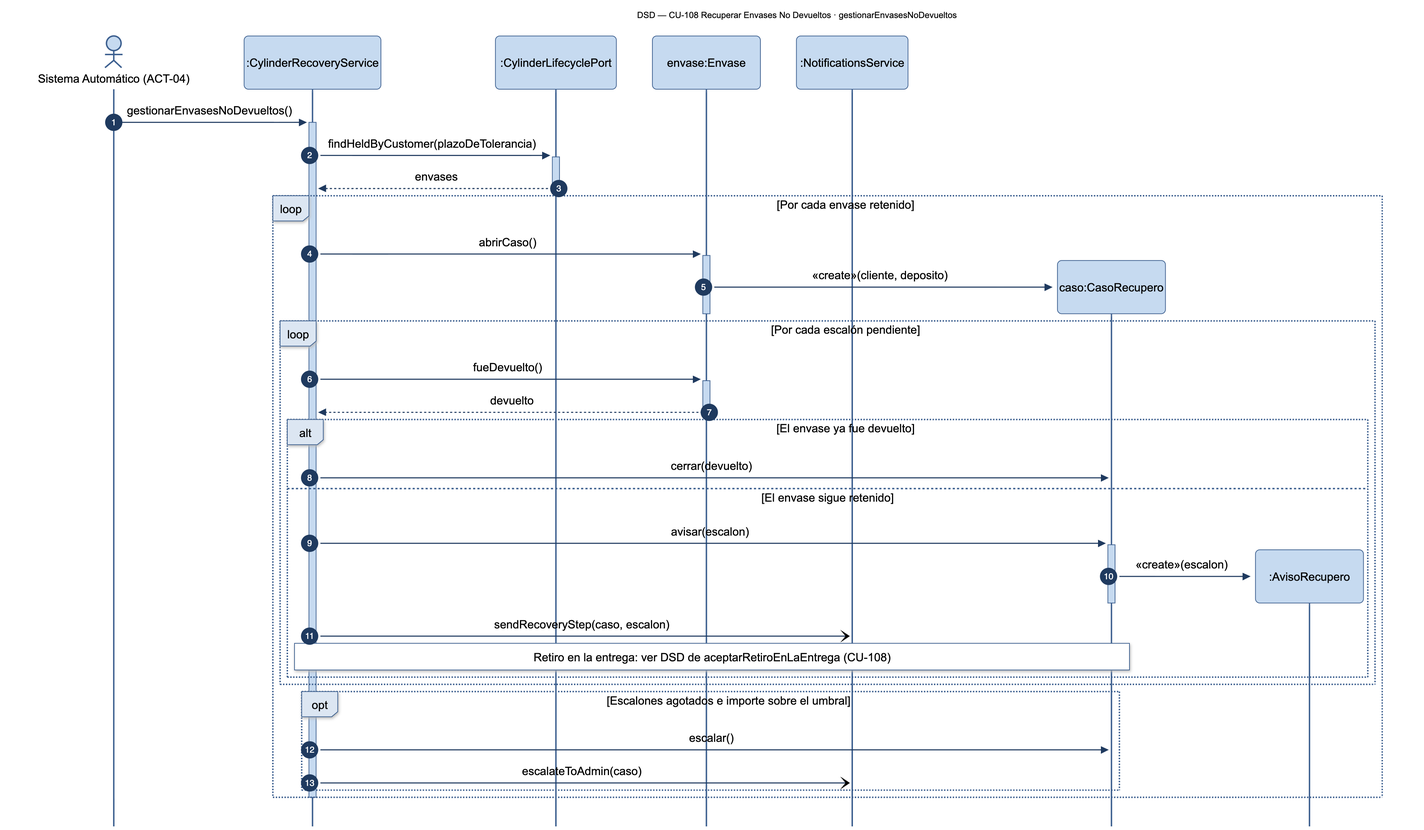
Earlier version of the Mermaid export diagramas/png/DSD_CU-108_gestionarEnvasesNoDevueltos.png (Nahuelito-Dev/splg-docs). Its source is kept beside it as diagramas/DSD_CU-108_gestionarEnvasesNoDevueltos.mmd.
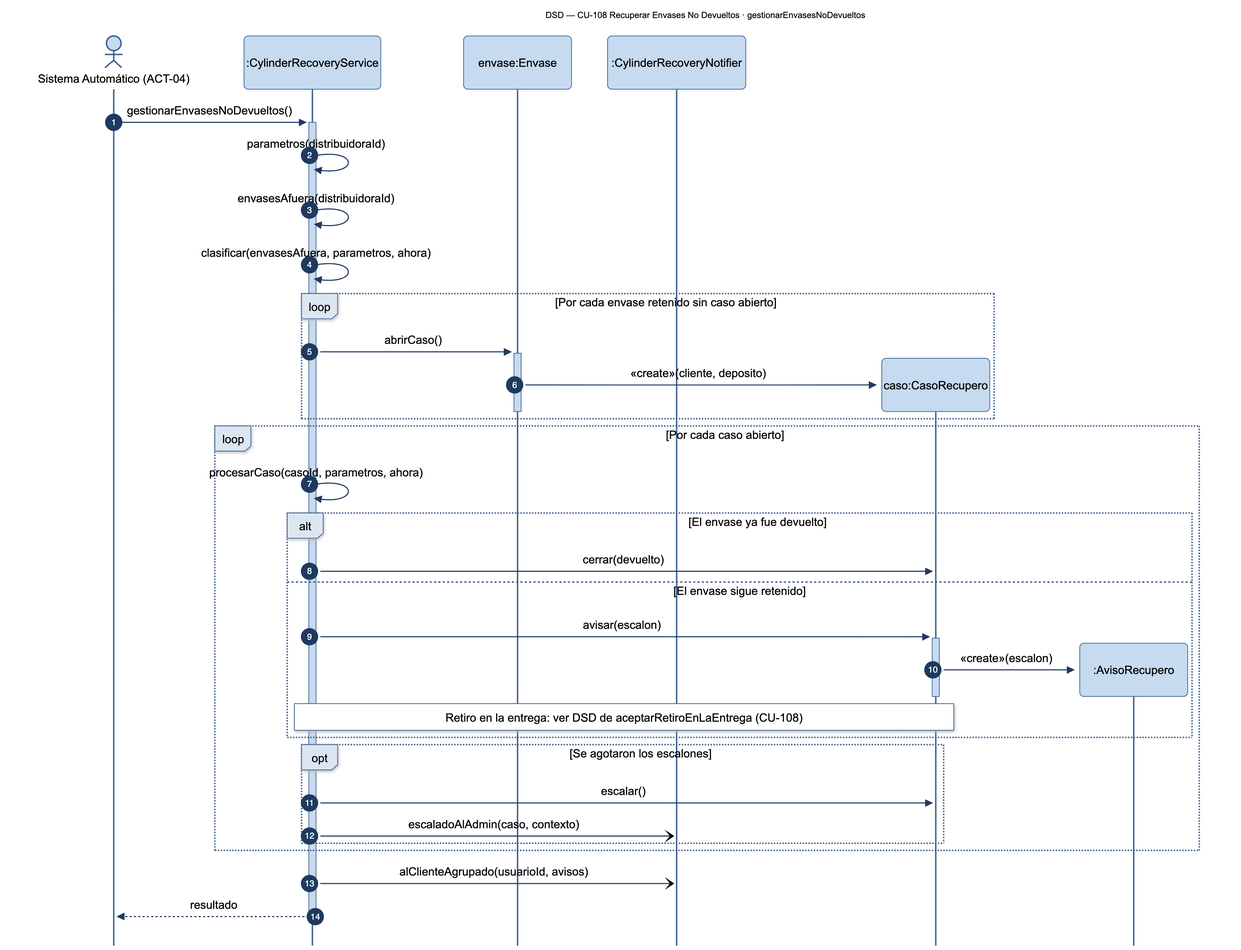
The same diagram one commit later.

Diff of the diagram source:
```diff
@@ -2,36 +2,35 @@
     title DSD — CU-108 Recuperar Envases No Devueltos · gestionarEnvasesNoDevueltos
     autonumber
     actor SIS as Sistema Automático (ACT-04)
-    participant SRV as :CylinderRecoveryService
-    participant LIF as :CylinderLifecyclePort
+    participant CRS as :CylinderRecoveryService
     participant ENV as envase:Envase
-    participant NOT as :NotificationsService
+    participant CRN as :CylinderRecoveryNotifier
 
-    SIS->>+SRV: gestionarEnvasesNoDevueltos()
-    SRV->>+LIF: findHeldByCustomer(plazoDeTolerancia)
-    LIF-->>-SRV: envases
-    loop Por cada envase retenido
-        SRV->>+ENV: abrirCaso()
+    SIS->>+CRS: gestionarEnvasesNoDevueltos()
+    CRS->>CRS: parametros(distribuidoraId)
+    CRS->>CRS: envasesAfuera(distribuidoraId)
+    CRS->>CRS: clasificar(envasesAfuera, parametros, ahora)
+    loop Por cada envase retenido sin caso abierto
+        CRS->>+ENV: abrirCaso()
         create participant CAS as caso:CasoRecupero
         ENV->>CAS: «create»(cliente, deposito)
         deactivate ENV
-        loop Por cada escalón pendiente
-            SRV->>+ENV: fueDevuelto()
-            ENV-->>-SRV: devuelto
-            alt El envase ya fue devuelto
-                SRV->>CAS: cerrar(devuelto)
-            else El envase sigue retenido
-                SRV->>+CAS: avisar(escalon)
-                create participant AVI as :AvisoRecupero
-                CAS->>AVI: «create»(escalon)
-                deactivate CAS
-                SRV-)NOT: sendRecoveryStep(caso, escalon)
-                Note over SRV,CAS: Retiro en la entrega: ver DSD de aceptarRetiroEnLaEntrega (CU-108)
-            end
+    end
+    loop Por cada caso abierto
+        CRS->>CRS: procesarCaso(casoId, parametros, ahora)
+        alt El envase ya fue devuelto
+            CRS->>CAS: cerrar(devuelto)
+        else El envase sigue retenido
+            CRS->>+CAS: avisar(escalon)
+            create participant AVI as :AvisoRecupero
+            CAS->>AVI: «create»(escalon)
+            deactivate CAS
+            Note over CRS,CAS: Retiro en la entrega: ver DSD de aceptarRetiroEnLaEntrega (CU-108)
         end
-        opt Escalones agotados e importe sobre el umbral
-            SRV->>CAS: escalar()
-            SRV-)NOT: escalateToAdmin(caso)
+        opt Se agotaron los escalones
+            CRS->>CAS: escalar()
+            CRS-)CRN: escaladoAlAdmin(caso, contexto)
         end
     end
-    deactivate SRV
+    CRS-)CRN: alClienteAgrupado(usuarioId, avisos)
+    CRS-->>-SIS: resultado
```
